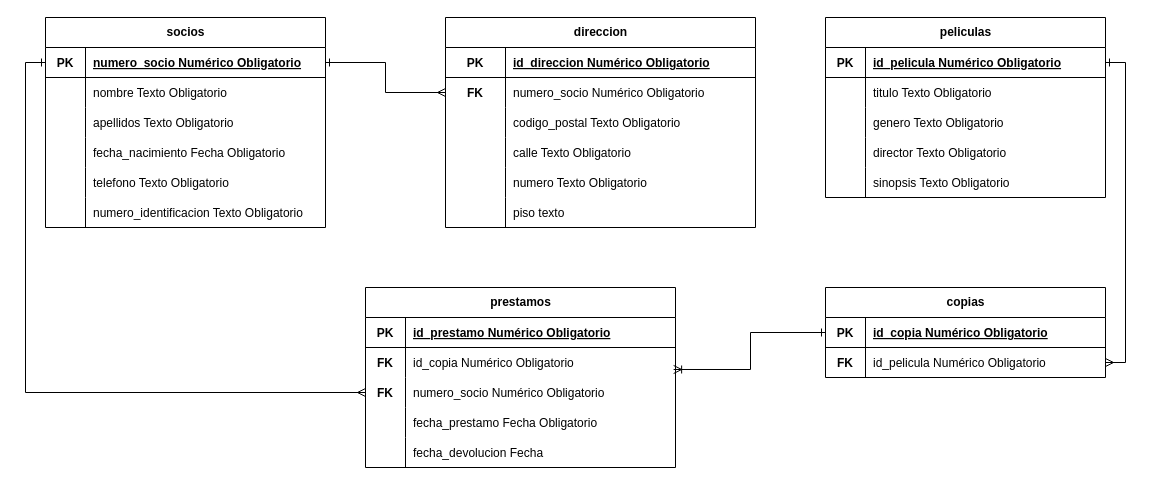
Before: video_corregido.drawio in Bitxogm/Entrega-Bootcamp-Practica-SQL, a draw.io diagram. Source tidied: cells renumbered, new cells numbered last; positions are measured from the earlier drawing's top-left corner, leaving out a move shared by most shapes. Both pictures are drawn from the tidied source at 100%, with x=0, y=0 at pixel (45, 17).
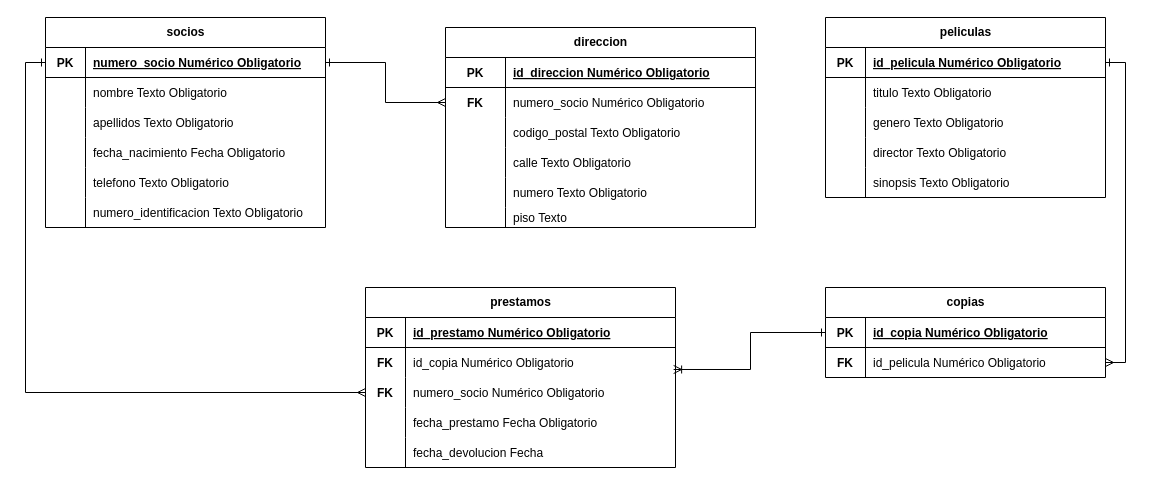
After the change.

Diff of the diagram source:
```diff
@@
     <mxCell id="21" value="direccion" style="shape=table;startSize=30;childLayout=tableLayout;rowLines=0;fontStyle=1;align=center;html=1;" parent="1" vertex="1">
-      <mxGeometry x="400" width="310" height="210" as="geometry" />
+      <mxGeometry x="400" y="10" width="310" height="200" as="geometry" />
     </mxCell>
@@
     <mxCell id="37" style="shape=partialRectangle;fillColor=none;top=0;left=0;right=0;bottom=0;" parent="21" vertex="1">
-      <mxGeometry y="180" width="310" height="30" as="geometry" />
+      <mxGeometry y="180" width="310" height="20" as="geometry" />
     </mxCell>
     <mxCell id="38" style="shape=partialRectangle;overflow=hidden;fillColor=none;top=0;left=0;bottom=0;right=0;" parent="37" vertex="1">
-      <mxGeometry width="60" height="30" as="geometry" />
+      <mxGeometry width="60" height="20" as="geometry" />
     </mxCell>
-    <mxCell id="39" value="piso texto " style="shape=partialRectangle;overflow=hidden;fillColor=none;top=0;left=0;bottom=0;right=0;align=left;spacingLeft=6;" parent="37" vertex="1">
-      <mxGeometry x="60" width="250" height="30" as="geometry" />
+    <mxCell id="39" value="piso Texto" style="shape=partialRectangle;overflow=hidden;fillColor=none;top=0;left=0;bottom=0;right=0;align=left;spacingLeft=6;" parent="37" vertex="1">
+      <mxGeometry x="60" width="250" height="20" as="geometry" />
     </mxCell>
```
